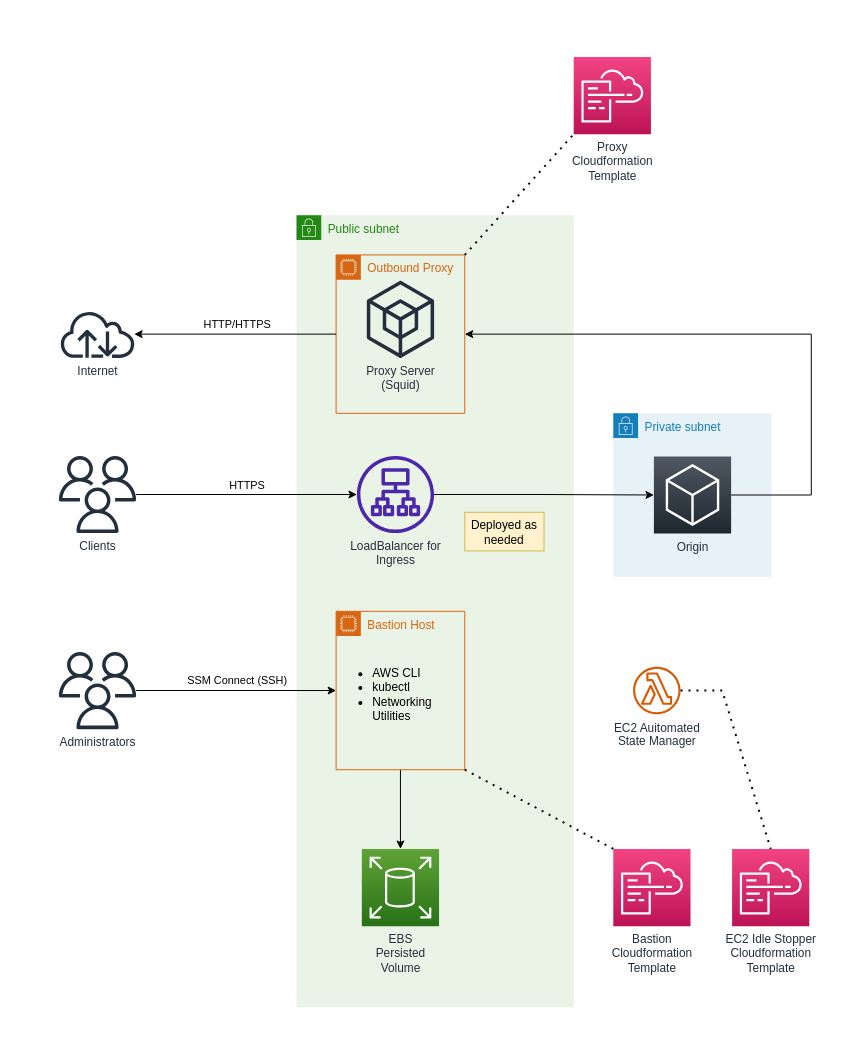
Above: page "Ingress and Egress" (2 of 2) of images/src-diagrams/lab-vpc.drawio in nicc777/localstack-cheatsheet (draw.io), before the change. Source tidied: cells renumbered, new cells numbered last; positions are measured from the earlier drawing's top-left corner, leaving out a move shared by most shapes. Both pictures are drawn from the tidied source at 99%, with x=0, y=0 at pixel (17, 17).
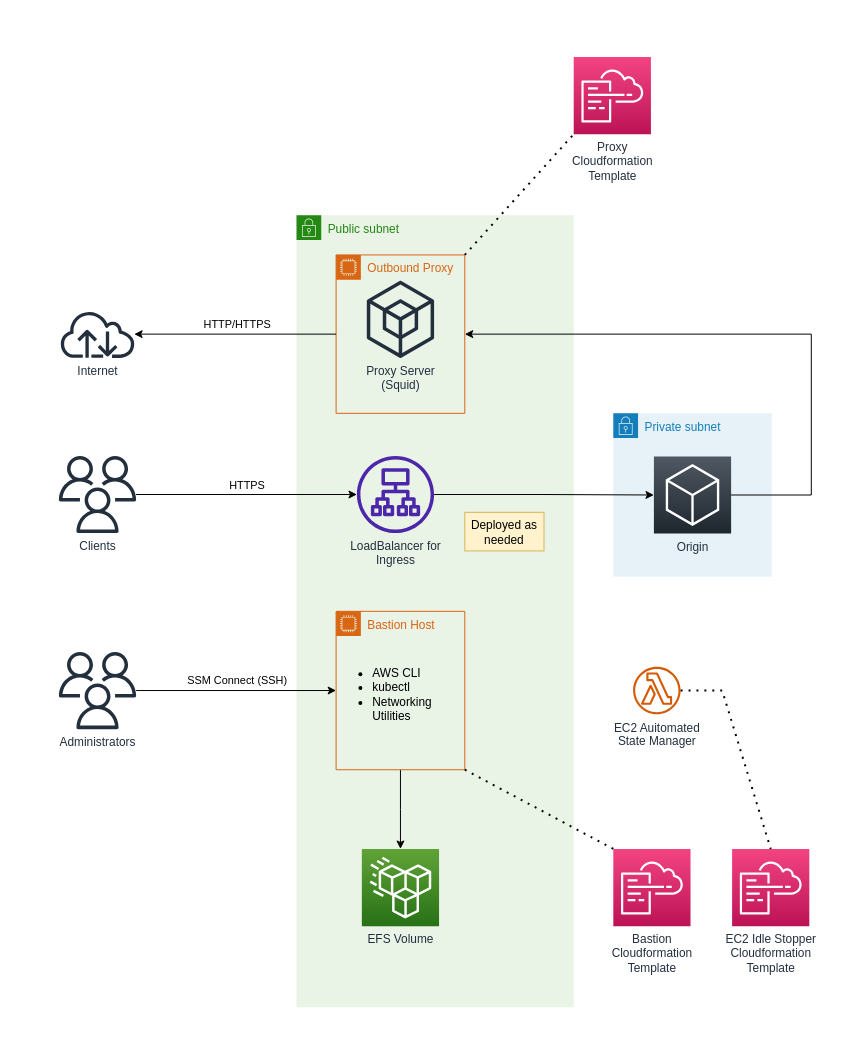
Above is the later version.

Unchanged cells that the change refers to:
```xml
<mxCell id="3" value="Public subnet" style="gradientColor=none;html=1;whiteSpace=wrap;fontSize=12;fontStyle=0;shape=mxgraph.aws4.group;grIcon=mxgraph.aws4.group_security_group;grStroke=0;strokeColor=#248814;fillColor=#E9F3E6;verticalAlign=top;align=left;spacingLeft=30;fontColor=#248814;dashed=0;" parent="1" vertex="1">
  <mxGeometry x="282" y="200" width="280" height="800" as="geometry" />
</mxCell>
<mxCell id="13" value="Bastion Host" style="points=[[0,0],[0.25,0],[0.5,0],[0.75,0],[1,0],[1,0.25],[1,0.5],[1,0.75],[1,1],[0.75,1],[0.5,1],[0.25,1],[0,1],[0,0.75],[0,0.5],[0,0.25]];outlineConnect=0;gradientColor=none;html=1;whiteSpace=wrap;fontSize=12;fontStyle=0;shape=mxgraph.aws4.group;grIcon=mxgraph.aws4.group_ec2_instance_contents;strokeColor=#D86613;fillColor=none;verticalAlign=top;align=left;spacingLeft=30;fontColor=#D86613;dashed=0;" parent="1" vertex="1">
  <mxGeometry x="322" y="600" width="130" height="160" as="geometry" />
</mxCell>
```

The edit, as a diff of the source:
```diff
@@
+    <mxCell id="29" value="EFS Volume" style="sketch=0;fontColor=#232F3E;gradientColor=#60A337;gradientDirection=north;fillColor=#277116;strokeColor=#ffffff;dashed=0;verticalLabelPosition=bottom;verticalAlign=top;align=center;html=1;fontSize=12;fontStyle=0;shape=mxgraph.aws4.resourceIcon;resIcon=mxgraph.aws4.efs_standard;" parent="3" vertex="1">
+      <mxGeometry x="66" y="640" width="78" height="78" as="geometry" />
+    </mxCell>
@@
-    <mxCell id="12" style="edgeStyle=orthogonalEdgeStyle;rounded=0;jettySize=auto;html=1;entryX=0.5;entryY=0;entryDx=0;entryDy=0;entryPerimeter=0;" parent="1" edge="1" source="13" target="28">
-      <mxGeometry relative="1" as="geometry" />
+    <mxCell id="12" style="edgeStyle=orthogonalEdgeStyle;rounded=0;jettySize=auto;html=1;" parent="1" edge="1" source="13">
+      <mxGeometry relative="1" as="geometry">
+        <mxPoint x="387" y="840" as="targetPoint" />
+      </mxGeometry>
     </mxCell>
@@
-    <mxCell id="28" value="EBS&lt;br&gt;Persisted&lt;br&gt;Volume" style="sketch=0;points=[[0,0,0],[0.25,0,0],[0.5,0,0],[0.75,0,0],[1,0,0],[0,1,0],[0.25,1,0],[0.5,1,0],[0.75,1,0],[1,1,0],[0,0.25,0],[0,0.5,0],[0,0.75,0],[1,0.25,0],[1,0.5,0],[1,0.75,0]];outlineConnect=0;fontColor=#232F3E;gradientColor=#60A337;gradientDirection=north;fillColor=#277116;strokeColor=#ffffff;dashed=0;verticalLabelPosition=bottom;verticalAlign=top;align=center;html=1;fontSize=12;fontStyle=0;shape=mxgraph.aws4.resourceIcon;resIcon=mxgraph.aws4.elastic_block_store;" parent="1" vertex="1">
-      <mxGeometry x="348" y="840" width="78" height="78" as="geometry" />
-    </mxCell>
```
